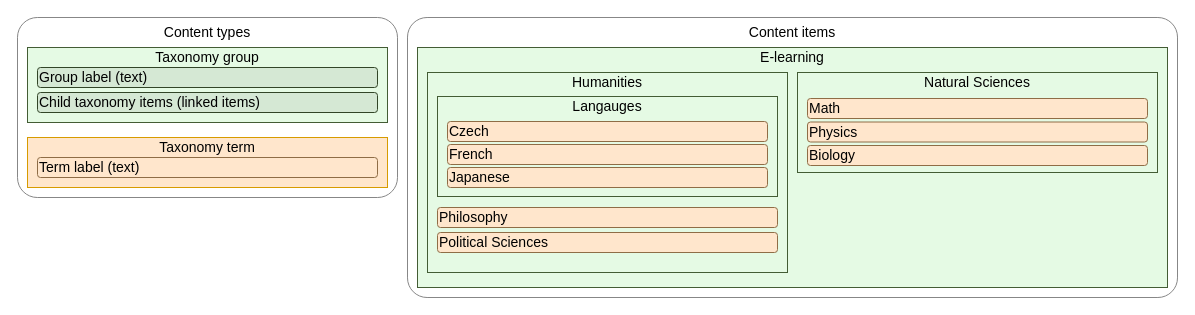
This is content_modeling/taxonomies/taxonomy_-_linked-items-content-model.drawio from Kontent-ai-Learn/kontent-ai-learn-diagrams, a draw.io file, before an edit. Source tidied: cells renumbered, new cells numbered last; positions are measured from the earlier drawing's top-left corner, leaving out a move shared by most shapes. Both pictures are drawn from the tidied source at 100%, with x=0, y=0 at pixel (17, 17).
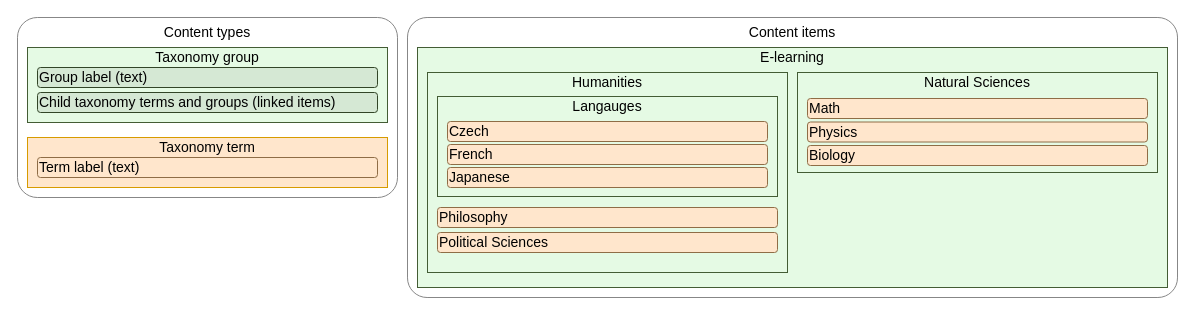
Above is the later version.

Commit message:
adjusted taxonomy group linked items element label

Change to the diagram source:
```diff
@@
-    <mxCell id="7" value="Child taxonomy items (linked items)" style="rounded=1;whiteSpace=wrap;html=1;fontSize=14;align=left;fontFamily=GT Walsheim Pro;fillColor=#d5e8d4;strokeColor=#324527;" parent="1" vertex="1">
+    <mxCell id="7" value="Child taxonomy terms and groups (linked items)" style="rounded=1;whiteSpace=wrap;html=1;fontSize=14;align=left;fontFamily=GT Walsheim Pro;fillColor=#d5e8d4;strokeColor=#324527;" parent="1" vertex="1">
       <mxGeometry x="20" y="75" width="340" height="20" as="geometry" />
     </mxCell>
```
